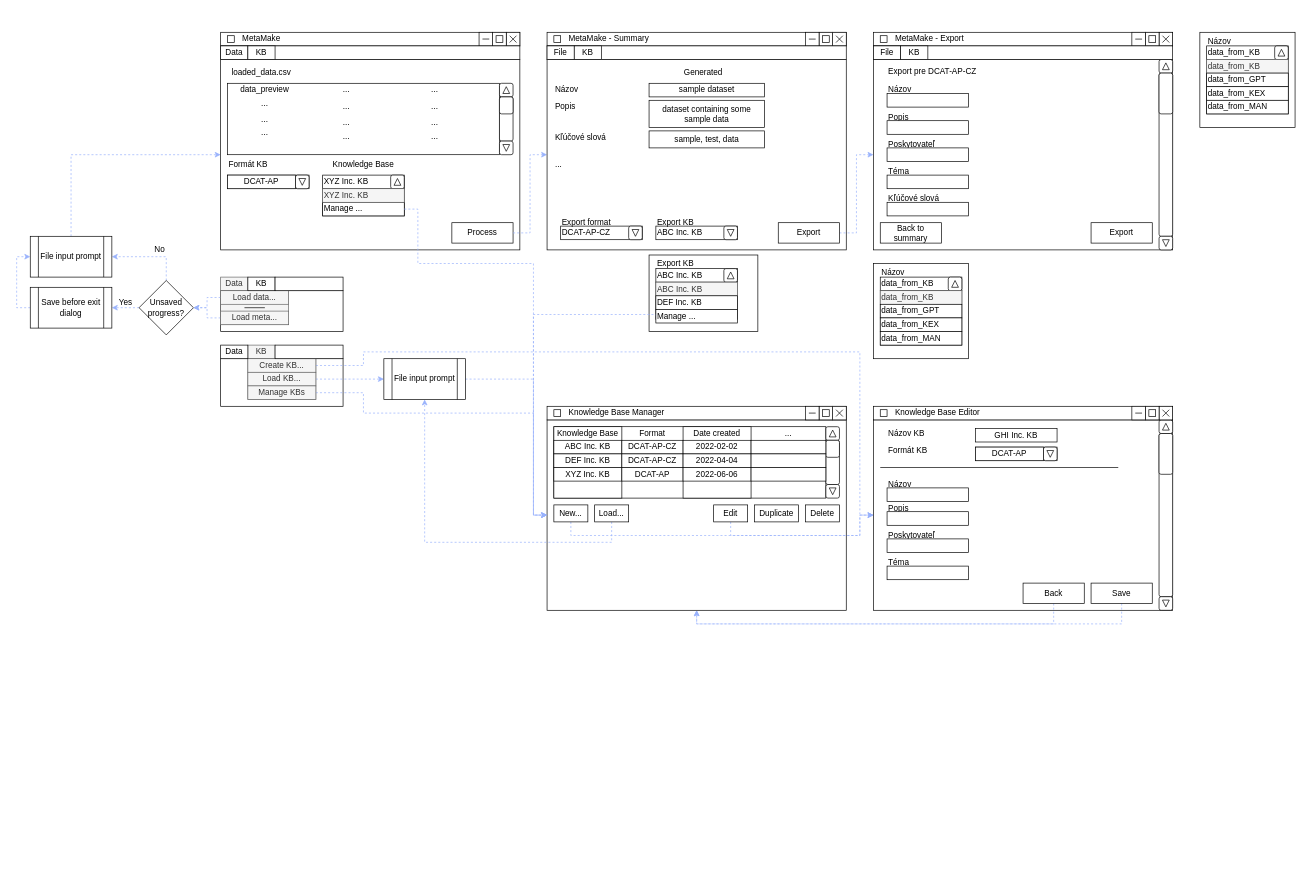
SaNuelson/MetaMake keeps this draw.io diagram as page "UI Sketch" (2 of 5) of MetaMake.drawio. Above is the earlier version. Source tidied: cells renumbered, new cells numbered last; positions are measured from the earlier drawing's top-left corner, leaving out a move shared by most shapes. Both pictures are drawn from the tidied source at 68%, with x=0, y=0 at pixel (30, 12).
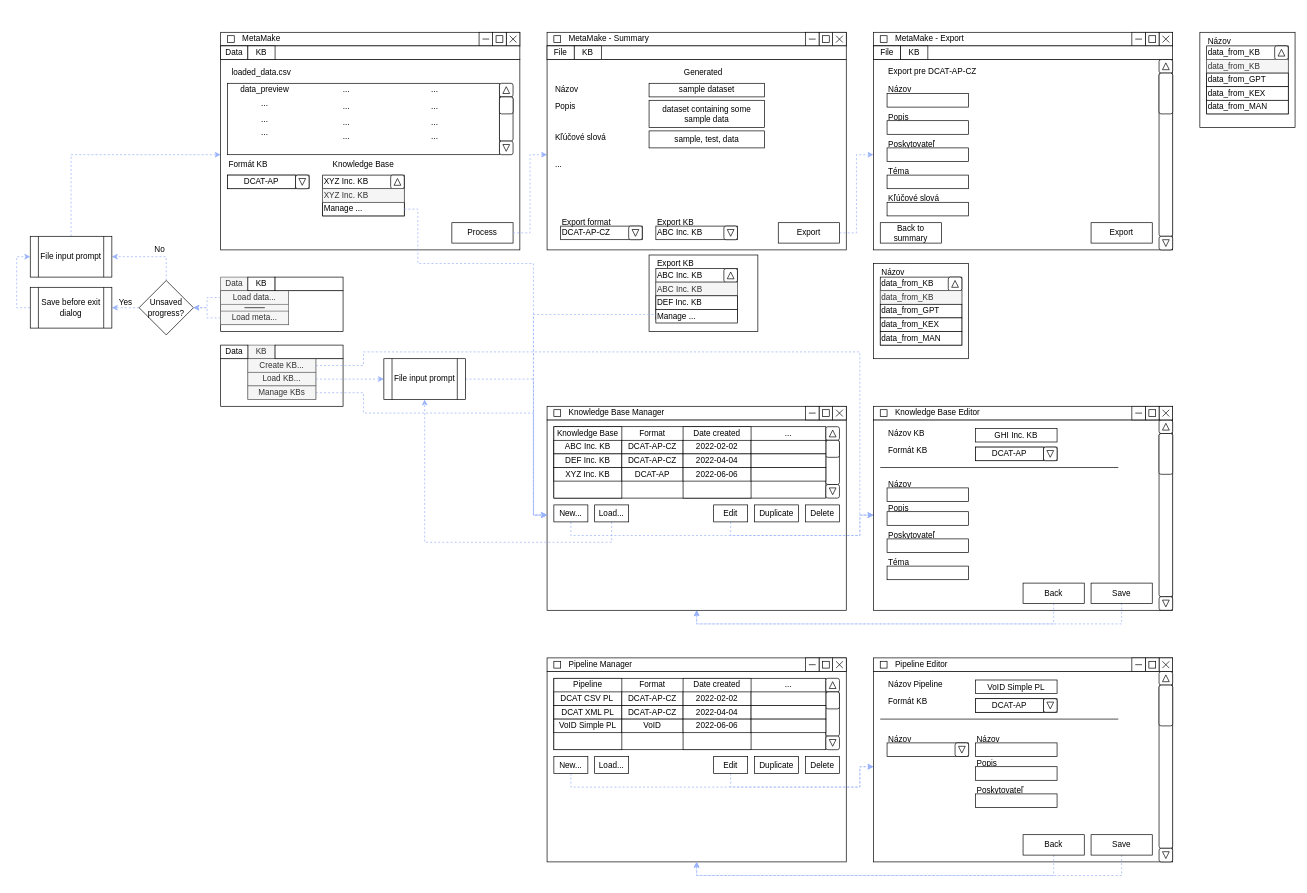
The same diagram, later.

The edit, as a diff of the source:
```diff
@@
+    <mxCell id="260" style="rounded=0;whiteSpace=wrap;html=1;fillColor=default;fontStyle=0;" parent="1" vertex="1">
+      <mxGeometry x="760" y="970" width="440" height="280" as="geometry" />
+    </mxCell>
+    <mxCell id="261" style="rounded=0;whiteSpace=wrap;html=1;" parent="1" vertex="1">
+      <mxGeometry x="760" y="950" width="440" height="20" as="geometry" />
+    </mxCell>
+    <mxCell id="262" style="rounded=0;whiteSpace=wrap;html=1;" parent="1" vertex="1">
+      <mxGeometry x="1180" y="950" width="20" height="20" as="geometry" />
+    </mxCell>
+    <mxCell id="263" style="rounded=0;whiteSpace=wrap;html=1;" parent="1" vertex="1">
+      <mxGeometry x="1160" y="950" width="20" height="20" as="geometry" />
+    </mxCell>
+    <mxCell id="264" style="rounded=0;whiteSpace=wrap;html=1;" parent="1" vertex="1">
+      <mxGeometry x="1140" y="950" width="20" height="20" as="geometry" />
+    </mxCell>
+    <mxCell id="265" style="rounded=0;whiteSpace=wrap;html=1;" parent="1" vertex="1">
+      <mxGeometry x="1165" y="955" width="10" height="10" as="geometry" />
+    </mxCell>
+    <mxCell id="266" style="endArrow=none;html=1;rounded=0;" parent="1" edge="1">
+      <mxGeometry relative="1" as="geometry">
+        <mxPoint x="1145" y="960" as="sourcePoint" />
+        <mxPoint x="1155" y="960" as="targetPoint" />
+      </mxGeometry>
+    </mxCell>
+    <mxCell id="267" style="endArrow=none;html=1;rounded=0;" parent="1" edge="1">
+      <mxGeometry relative="1" as="geometry">
+        <mxPoint x="1185" y="965" as="sourcePoint" />
+        <mxPoint x="1195" y="955" as="targetPoint" />
+      </mxGeometry>
+    </mxCell>
+    <mxCell id="268" style="endArrow=none;html=1;rounded=0;" parent="1" edge="1">
+      <mxGeometry relative="1" as="geometry">
+        <mxPoint x="1195" y="965" as="sourcePoint" />
+        <mxPoint x="1185" y="955" as="targetPoint" />
+      </mxGeometry>
+    </mxCell>
+    <mxCell id="269" value="Pipeline Manager" style="text;html=1;strokeColor=none;fillColor=none;align=left;verticalAlign=middle;whiteSpace=wrap;rounded=0;" parent="1" vertex="1">
+      <mxGeometry x="790" y="952.5" width="170" height="15" as="geometry" />
+    </mxCell>
+    <mxCell id="270" style="rounded=0;whiteSpace=wrap;html=1;" parent="1" vertex="1">
+      <mxGeometry x="770" y="955" width="10" height="10" as="geometry" />
+    </mxCell>
+    <mxCell id="271" style="rounded=0;whiteSpace=wrap;html=1;" parent="1" vertex="1">
+      <mxGeometry x="770" y="980" width="400" height="105" as="geometry" />
+    </mxCell>
+    <mxCell id="272" style="rounded=1;whiteSpace=wrap;html=1;" parent="1" vertex="1">
+      <mxGeometry x="1170" y="1000" width="20" height="65" as="geometry" />
+    </mxCell>
+    <mxCell id="273" style="rounded=1;whiteSpace=wrap;html=1;" parent="1" vertex="1">
+      <mxGeometry x="1170" y="980" width="20" height="20" as="geometry" />
+    </mxCell>
+    <mxCell id="274" style="rounded=1;whiteSpace=wrap;html=1;" parent="1" vertex="1">
+      <mxGeometry x="1170" y="1065" width="20" height="20" as="geometry" />
+    </mxCell>
+    <mxCell id="275" style="rounded=1;whiteSpace=wrap;html=1;" parent="1" vertex="1">
+      <mxGeometry x="1170" y="1000" width="20" height="25" as="geometry" />
+    </mxCell>
+    <mxCell id="276" style="triangle;whiteSpace=wrap;html=1;rotation=-90;" parent="1" vertex="1">
+      <mxGeometry x="1175" y="985" width="10" height="10" as="geometry" />
+    </mxCell>
+    <mxCell id="277" style="triangle;whiteSpace=wrap;html=1;rotation=90;" parent="1" vertex="1">
+      <mxGeometry x="1175" y="1070" width="10" height="10" as="geometry" />
+    </mxCell>
+    <mxCell id="278" style="rounded=0;whiteSpace=wrap;html=1;" parent="1" vertex="1">
+      <mxGeometry x="770" y="980" width="100" height="105" as="geometry" />
+    </mxCell>
+    <mxCell id="279" value="Pipeline" style="text;html=1;strokeColor=none;fillColor=none;align=center;verticalAlign=middle;whiteSpace=wrap;rounded=0;" parent="1" vertex="1">
+      <mxGeometry x="770" y="982.5" width="100" height="15" as="geometry" />
+    </mxCell>
+    <mxCell id="280" value="Format" style="text;html=1;strokeColor=none;fillColor=none;align=center;verticalAlign=middle;whiteSpace=wrap;rounded=0;" parent="1" vertex="1">
+      <mxGeometry x="870" y="982.5" width="90" height="15" as="geometry" />
+    </mxCell>
+    <mxCell id="281" style="rounded=0;whiteSpace=wrap;html=1;" parent="1" vertex="1">
+      <mxGeometry x="960" y="980" width="100" height="105" as="geometry" />
+    </mxCell>
+    <mxCell id="282" value="Date created" style="text;html=1;strokeColor=none;fillColor=none;align=center;verticalAlign=middle;whiteSpace=wrap;rounded=0;" parent="1" vertex="1">
+      <mxGeometry x="960" y="982.5" width="100" height="15" as="geometry" />
+    </mxCell>
+    <mxCell id="283" value="..." style="text;html=1;strokeColor=none;fillColor=none;align=center;verticalAlign=middle;whiteSpace=wrap;rounded=0;" parent="1" vertex="1">
+      <mxGeometry x="1065" y="982.5" width="100" height="15" as="geometry" />
+    </mxCell>
+    <mxCell id="284" value="DCAT CSV PL&lt;span style=&quot;white-space: pre;&quot;&gt;&#9;&lt;/span&gt;" style="rounded=0;whiteSpace=wrap;html=1;" parent="1" vertex="1">
+      <mxGeometry x="770" y="1000" width="100" height="20" as="geometry" />
+    </mxCell>
+    <mxCell id="285" value="DCAT-AP-CZ" style="rounded=0;whiteSpace=wrap;html=1;" parent="1" vertex="1">
+      <mxGeometry x="870" y="1000" width="90" height="20" as="geometry" />
+    </mxCell>
+    <mxCell id="286" value="2022-02-02" style="rounded=0;whiteSpace=wrap;html=1;" parent="1" vertex="1">
+      <mxGeometry x="960" y="1000" width="100" height="20" as="geometry" />
+    </mxCell>
+    <mxCell id="287" style="rounded=0;whiteSpace=wrap;html=1;" parent="1" vertex="1">
+      <mxGeometry x="1060" y="1000" width="110" height="20" as="geometry" />
+    </mxCell>
+    <mxCell id="288" value="DCAT XML PL" style="rounded=0;whiteSpace=wrap;html=1;" parent="1" vertex="1">
+      <mxGeometry x="770" y="1020" width="100" height="20" as="geometry" />
+    </mxCell>
+    <mxCell id="289" value="DCAT-AP-CZ" style="rounded=0;whiteSpace=wrap;html=1;" parent="1" vertex="1">
+      <mxGeometry x="870" y="1020" width="90" height="20" as="geometry" />
+    </mxCell>
+    <mxCell id="290" value="2022-04-04" style="rounded=0;whiteSpace=wrap;html=1;" parent="1" vertex="1">
+      <mxGeometry x="960" y="1020" width="100" height="20" as="geometry" />
+    </mxCell>
+    <mxCell id="291" style="rounded=0;whiteSpace=wrap;html=1;" parent="1" vertex="1">
+      <mxGeometry x="1060" y="1020" width="110" height="20" as="geometry" />
+    </mxCell>
+    <mxCell id="292" value="VoID Simple PL" style="rounded=0;whiteSpace=wrap;html=1;" parent="1" vertex="1">
+      <mxGeometry x="770" y="1040" width="100" height="20" as="geometry" />
+    </mxCell>
+    <mxCell id="293" value="VoID" style="rounded=0;whiteSpace=wrap;html=1;" parent="1" vertex="1">
+      <mxGeometry x="870" y="1040" width="90" height="20" as="geometry" />
+    </mxCell>
+    <mxCell id="294" value="2022-06-06" style="rounded=0;whiteSpace=wrap;html=1;" parent="1" vertex="1">
+      <mxGeometry x="960" y="1040" width="100" height="20" as="geometry" />
+    </mxCell>
+    <mxCell id="295" style="rounded=0;whiteSpace=wrap;html=1;" parent="1" vertex="1">
+      <mxGeometry x="1060" y="1040" width="110" height="20" as="geometry" />
+    </mxCell>
+    <mxCell id="296" style="rounded=0;whiteSpace=wrap;html=1;fillColor=default;fontStyle=0;" parent="1" vertex="1">
+      <mxGeometry x="1240" y="970" width="440" height="280" as="geometry" />
+    </mxCell>
+    <mxCell id="297" value="Formát KB" style="text;html=1;strokeColor=none;fillColor=none;align=left;verticalAlign=middle;whiteSpace=wrap;rounded=0;" parent="1" vertex="1">
+      <mxGeometry x="1260" y="1000" width="120" height="30" as="geometry" />
+    </mxCell>
+    <mxCell id="298" style="rounded=0;whiteSpace=wrap;html=1;" parent="1" vertex="1">
+      <mxGeometry x="1390" y="1010" width="120" height="20" as="geometry" />
+    </mxCell>
+    <mxCell id="299" style="rounded=1;whiteSpace=wrap;html=1;" parent="1" vertex="1">
+      <mxGeometry x="1660" y="990" width="20" height="240" as="geometry" />
+    </mxCell>
+    <mxCell id="300" style="rounded=1;whiteSpace=wrap;html=1;" parent="1" vertex="1">
+      <mxGeometry x="1660" y="970" width="20" height="20" as="geometry" />
+    </mxCell>
+    <mxCell id="301" style="rounded=1;whiteSpace=wrap;html=1;" parent="1" vertex="1">
+      <mxGeometry x="1660" y="1230" width="20" height="20" as="geometry" />
+    </mxCell>
+    <mxCell id="302" style="rounded=1;whiteSpace=wrap;html=1;" parent="1" vertex="1">
+      <mxGeometry x="1660" y="990" width="20" height="60" as="geometry" />
+    </mxCell>
+    <mxCell id="303" style="triangle;whiteSpace=wrap;html=1;rotation=-90;" parent="1" vertex="1">
+      <mxGeometry x="1665" y="975" width="10" height="10" as="geometry" />
+    </mxCell>
+    <mxCell id="304" style="triangle;whiteSpace=wrap;html=1;rotation=90;" parent="1" vertex="1">
+      <mxGeometry x="1665" y="1235" width="10" height="10" as="geometry" />
+    </mxCell>
+    <mxCell id="305" style="edgeStyle=orthogonalEdgeStyle;rounded=0;jettySize=auto;html=1;exitX=0.5;exitY=1;exitDx=0;exitDy=0;entryX=0.5;entryY=1;entryDx=0;entryDy=0;fillColor=#dae8fc;strokeColor=#98B2FC;dashed=1;gradientColor=#7ea6e0;" parent="1" edge="1" source="306" target="260">
+      <mxGeometry relative="1" as="geometry">
+        <Array as="points">
+          <mxPoint x="1605" y="1270" />
+          <mxPoint x="980" y="1270" />
+        </Array>
+      </mxGeometry>
+    </mxCell>
+    <mxCell id="306" value="Save" style="rounded=0;whiteSpace=wrap;html=1;" parent="1" vertex="1">
+      <mxGeometry x="1560" y="1210" width="90" height="30" as="geometry" />
+    </mxCell>
+    <mxCell id="307" style="rounded=0;whiteSpace=wrap;html=1;" parent="1" vertex="1">
+      <mxGeometry x="1240" y="950" width="440" height="20" as="geometry" />
+    </mxCell>
+    <mxCell id="308" style="rounded=0;whiteSpace=wrap;html=1;" parent="1" vertex="1">
+      <mxGeometry x="1660" y="950" width="20" height="20" as="geometry" />
+    </mxCell>
+    <mxCell id="309" style="rounded=0;whiteSpace=wrap;html=1;" parent="1" vertex="1">
+      <mxGeometry x="1640" y="950" width="20" height="20" as="geometry" />
+    </mxCell>
+    <mxCell id="310" style="rounded=0;whiteSpace=wrap;html=1;" parent="1" vertex="1">
+      <mxGeometry x="1620" y="950" width="20" height="20" as="geometry" />
+    </mxCell>
+    <mxCell id="311" style="endArrow=none;html=1;rounded=0;" parent="1" edge="1">
+      <mxGeometry relative="1" as="geometry">
+        <mxPoint x="1625" y="960" as="sourcePoint" />
+        <mxPoint x="1635" y="960" as="targetPoint" />
+      </mxGeometry>
+    </mxCell>
+    <mxCell id="312" style="endArrow=none;html=1;rounded=0;" parent="1" edge="1">
+      <mxGeometry relative="1" as="geometry">
+        <mxPoint x="1665" y="965" as="sourcePoint" />
+        <mxPoint x="1675" y="955" as="targetPoint" />
+      </mxGeometry>
+    </mxCell>
+    <mxCell id="313" style="endArrow=none;html=1;rounded=0;" parent="1" edge="1">
+      <mxGeometry relative="1" as="geometry">
+        <mxPoint x="1675" y="965" as="sourcePoint" />
+        <mxPoint x="1665" y="955" as="targetPoint" />
+      </mxGeometry>
+    </mxCell>
+    <mxCell id="314" value="Pipeline Editor" style="text;html=1;strokeColor=none;fillColor=none;align=left;verticalAlign=middle;whiteSpace=wrap;rounded=0;" parent="1" vertex="1">
+      <mxGeometry x="1270" y="952.5" width="140" height="15" as="geometry" />
+    </mxCell>
+    <mxCell id="315" style="rounded=0;whiteSpace=wrap;html=1;" parent="1" vertex="1">
+      <mxGeometry x="1250" y="955" width="10" height="10" as="geometry" />
+    </mxCell>
+    <mxCell id="316" style="rounded=0;whiteSpace=wrap;html=1;" parent="1" vertex="1">
+      <mxGeometry x="1645" y="955" width="10" height="10" as="geometry" />
+    </mxCell>
+    <mxCell id="317" style="edgeStyle=orthogonalEdgeStyle;rounded=0;jettySize=auto;html=1;exitX=0.5;exitY=1;exitDx=0;exitDy=0;entryX=0.5;entryY=1;entryDx=0;entryDy=0;fillColor=#dae8fc;strokeColor=#98B2FC;dashed=1;gradientColor=#7ea6e0;" parent="1" edge="1" source="318" target="260">
+      <mxGeometry relative="1" as="geometry">
+        <Array as="points">
+          <mxPoint x="1505" y="1270" />
+          <mxPoint x="980" y="1270" />
+        </Array>
+      </mxGeometry>
+    </mxCell>
+    <mxCell id="318" value="Back" style="rounded=0;whiteSpace=wrap;html=1;" parent="1" vertex="1">
+      <mxGeometry x="1460" y="1210" width="90" height="30" as="geometry" />
+    </mxCell>
+    <mxCell id="319" value="Názov Pipeline" style="text;html=1;strokeColor=none;fillColor=none;align=left;verticalAlign=middle;whiteSpace=wrap;rounded=0;" parent="1" vertex="1">
+      <mxGeometry x="1260" y="975" width="120" height="30" as="geometry" />
+    </mxCell>
+    <mxCell id="320" value="VoID Simple PL" style="rounded=0;whiteSpace=wrap;html=1;" parent="1" vertex="1">
+      <mxGeometry x="1390" y="982.5" width="120" height="20" as="geometry" />
+    </mxCell>
+    <mxCell id="321" style="endArrow=none;html=1;rounded=0;" parent="1" edge="1">
+      <mxGeometry relative="1" as="geometry">
+        <mxPoint x="1250" y="1040" as="sourcePoint" />
+        <mxPoint x="1600" y="1040" as="targetPoint" />
+      </mxGeometry>
+    </mxCell>
+    <mxCell id="322" style="edgeStyle=orthogonalEdgeStyle;rounded=0;jettySize=auto;html=1;exitX=0.5;exitY=1;exitDx=0;exitDy=0;entryX=0;entryY=0.5;entryDx=0;entryDy=0;fillColor=#dae8fc;strokeColor=#98B2FC;dashed=1;gradientColor=#7ea6e0;" parent="1" edge="1" source="323" target="296">
+      <mxGeometry relative="1" as="geometry">
+        <Array as="points">
+          <mxPoint x="795" y="1140" />
+          <mxPoint x="1220" y="1140" />
+          <mxPoint x="1220" y="1110" />
+        </Array>
+      </mxGeometry>
+    </mxCell>
+    <mxCell id="323" value="New..." style="rounded=0;whiteSpace=wrap;html=1;" parent="1" vertex="1">
+      <mxGeometry x="770" y="1095" width="50" height="25" as="geometry" />
+    </mxCell>
+    <mxCell id="324" value="Load..." style="rounded=0;whiteSpace=wrap;html=1;" parent="1" vertex="1">
+      <mxGeometry x="830" y="1095" width="50" height="25" as="geometry" />
+    </mxCell>
+    <mxCell id="325" value="Duplicate" style="rounded=0;whiteSpace=wrap;html=1;" parent="1" vertex="1">
+      <mxGeometry x="1065" y="1095" width="65" height="25" as="geometry" />
+    </mxCell>
+    <mxCell id="326" value="Delete" style="rounded=0;whiteSpace=wrap;html=1;" parent="1" vertex="1">
+      <mxGeometry x="1140" y="1095" width="50" height="25" as="geometry" />
+    </mxCell>
+    <mxCell id="327" style="edgeStyle=orthogonalEdgeStyle;rounded=0;jettySize=auto;html=1;exitX=0.5;exitY=1;exitDx=0;exitDy=0;entryX=0;entryY=0.5;entryDx=0;entryDy=0;fillColor=#dae8fc;strokeColor=#98B2FC;dashed=1;gradientColor=#7ea6e0;" parent="1" edge="1" source="328" target="296">
+      <mxGeometry relative="1" as="geometry">
+        <Array as="points">
+          <mxPoint x="1030" y="1140" />
+          <mxPoint x="1220" y="1140" />
+          <mxPoint x="1220" y="1110" />
+        </Array>
+      </mxGeometry>
+    </mxCell>
+    <mxCell id="328" value="Edit" style="rounded=0;whiteSpace=wrap;html=1;" parent="1" vertex="1">
+      <mxGeometry x="1005" y="1095" width="50" height="25" as="geometry" />
+    </mxCell>
+    <mxCell id="329" style="rounded=1;whiteSpace=wrap;html=1;" parent="1" vertex="1">
+      <mxGeometry x="1490" y="1010" width="20" height="20" as="geometry" />
+    </mxCell>
+    <mxCell id="330" style="triangle;whiteSpace=wrap;html=1;rotation=90;" parent="1" vertex="1">
+      <mxGeometry x="1495" y="1015" width="10" height="10" as="geometry" />
+    </mxCell>
+    <mxCell id="331" value="DCAT-AP" style="rounded=0;whiteSpace=wrap;html=1;" parent="1" vertex="1">
+      <mxGeometry x="1390" y="1010" width="100" height="20" as="geometry" />
+    </mxCell>
+    <mxCell id="332" value="Názov" style="text;html=1;strokeColor=none;fillColor=none;align=left;verticalAlign=middle;whiteSpace=wrap;rounded=0;" parent="1" vertex="1">
+      <mxGeometry x="1260" y="1055" width="120" height="30" as="geometry" />
+    </mxCell>
+    <mxCell id="333" style="rounded=0;whiteSpace=wrap;html=1;" parent="1" vertex="1">
+      <mxGeometry x="1260" y="1075" width="120" height="20" as="geometry" />
+    </mxCell>
+    <mxCell id="334" style="rounded=1;whiteSpace=wrap;html=1;" parent="1" vertex="1">
+      <mxGeometry x="1360" y="1075" width="20" height="20" as="geometry" />
+    </mxCell>
+    <mxCell id="335" style="triangle;whiteSpace=wrap;html=1;rotation=90;" parent="1" vertex="1">
+      <mxGeometry x="1365" y="1080" width="10" height="10" as="geometry" />
+    </mxCell>
+    <mxCell id="336" value="Popis" style="text;html=1;strokeColor=none;fillColor=none;align=left;verticalAlign=middle;whiteSpace=wrap;rounded=0;" parent="1" vertex="1">
+      <mxGeometry x="1390" y="1090" width="120" height="30" as="geometry" />
+    </mxCell>
+    <mxCell id="337" style="rounded=0;whiteSpace=wrap;html=1;" parent="1" vertex="1">
+      <mxGeometry x="1390" y="1110" width="120" height="20" as="geometry" />
+    </mxCell>
+    <mxCell id="338" value="Poskytovateľ" style="text;html=1;strokeColor=none;fillColor=none;align=left;verticalAlign=middle;whiteSpace=wrap;rounded=0;" parent="1" vertex="1">
+      <mxGeometry x="1390" y="1130" width="120" height="30" as="geometry" />
+    </mxCell>
+    <mxCell id="339" style="rounded=0;whiteSpace=wrap;html=1;" parent="1" vertex="1">
+      <mxGeometry x="1390" y="1150" width="120" height="20" as="geometry" />
+    </mxCell>
+    <mxCell id="340" style="rounded=0;whiteSpace=wrap;html=1;" parent="1" vertex="1">
+      <mxGeometry x="1390" y="1075" width="120" height="20" as="geometry" />
+    </mxCell>
+    <mxCell id="341" value="Názov" style="text;html=1;strokeColor=none;fillColor=none;align=left;verticalAlign=middle;whiteSpace=wrap;rounded=0;" parent="1" vertex="1">
+      <mxGeometry x="1390" y="1055" width="120" height="30" as="geometry" />
+    </mxCell>
```
